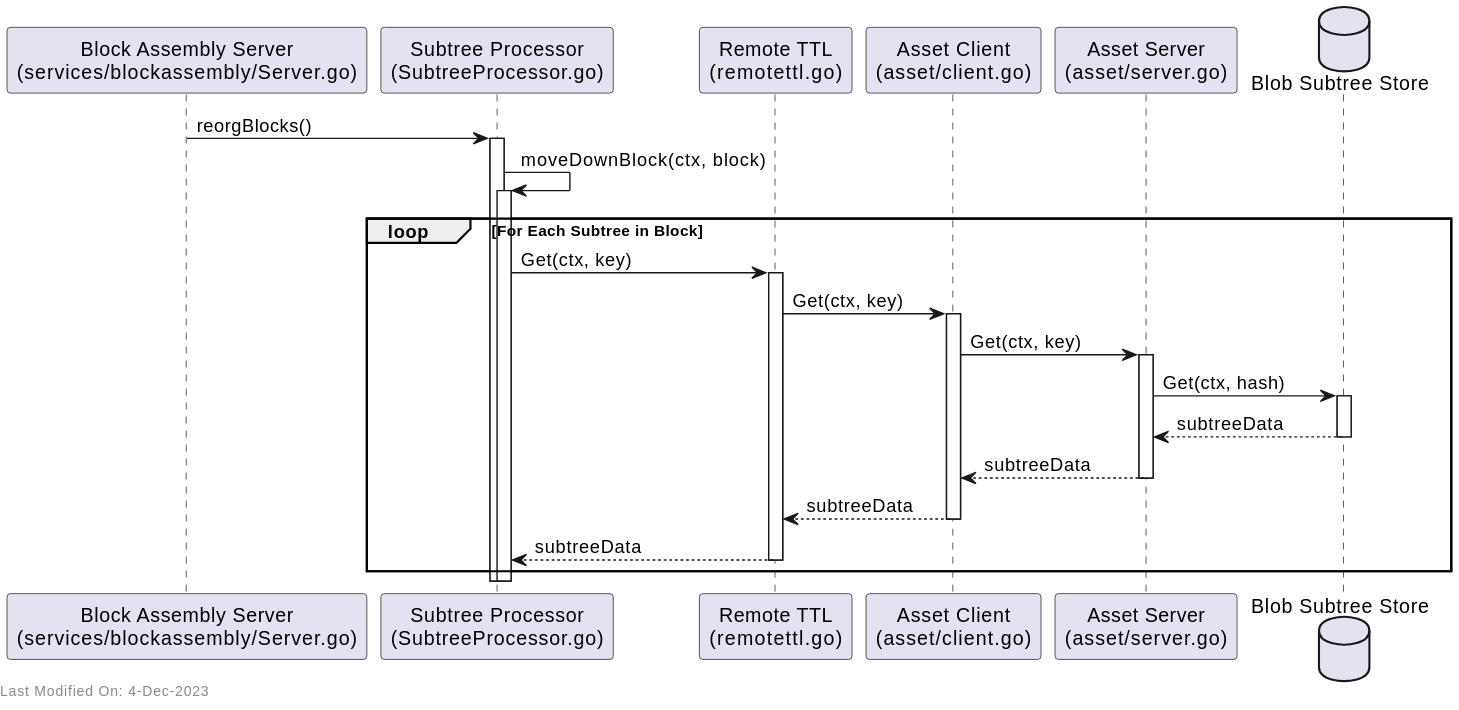
Earlier version of the PlantUML export docs/topics/services/img/plantuml/assetserver/asset_server_grpc_get_subtree.svg (freemans13/teranode). Its source is kept beside it as docs/topics/services/img/plantuml/assetserver/asset_server_grpc_get_subtree.puml.
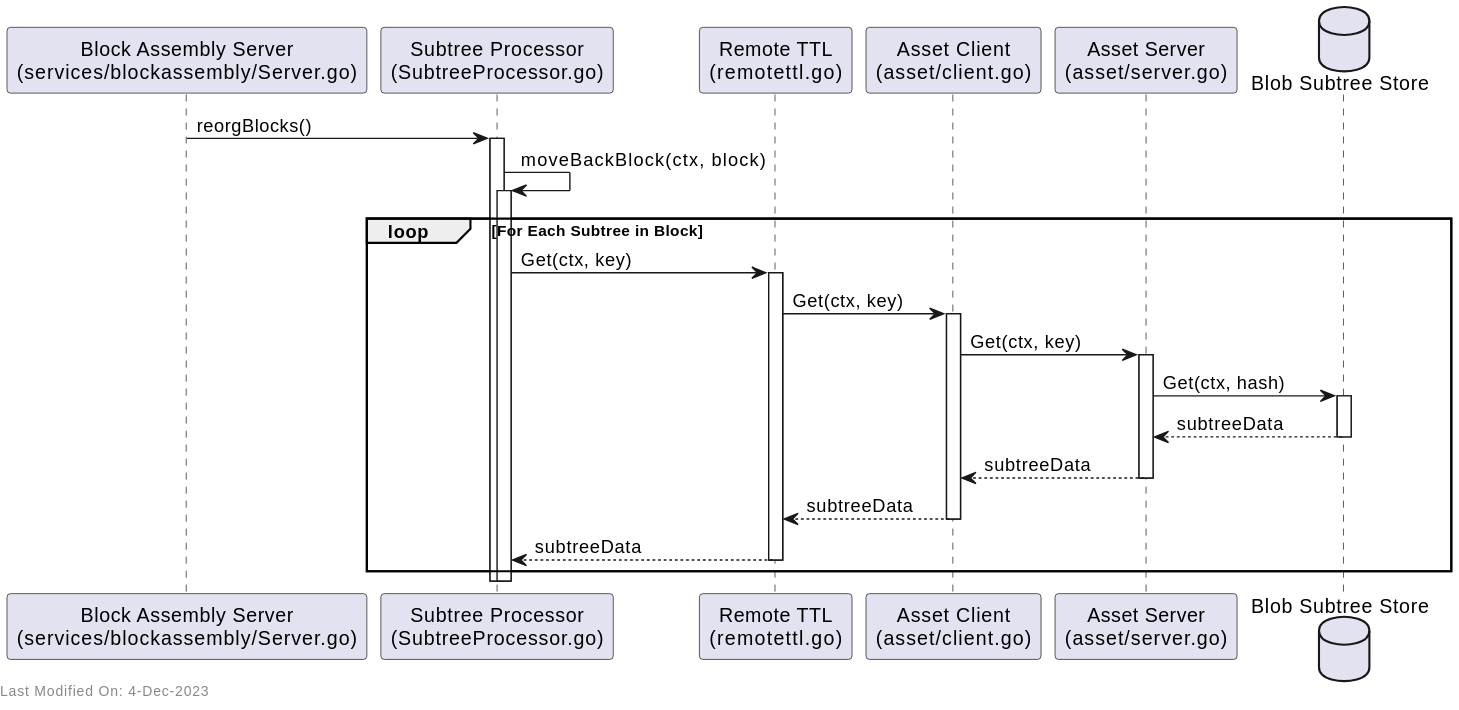
Above is the later version.

Change to the diagram source:
```diff
@@ -9,7 +9,7 @@
 BlockAssemblyServer -> SubtreeProcessor : reorgBlocks()
 activate SubtreeProcessor
 
-SubtreeProcessor -> SubtreeProcessor : moveDownBlock(ctx, block)
+SubtreeProcessor -> SubtreeProcessor : moveBackBlock(ctx, block)
 activate SubtreeProcessor
 
 loop For Each Subtree in Block
```
